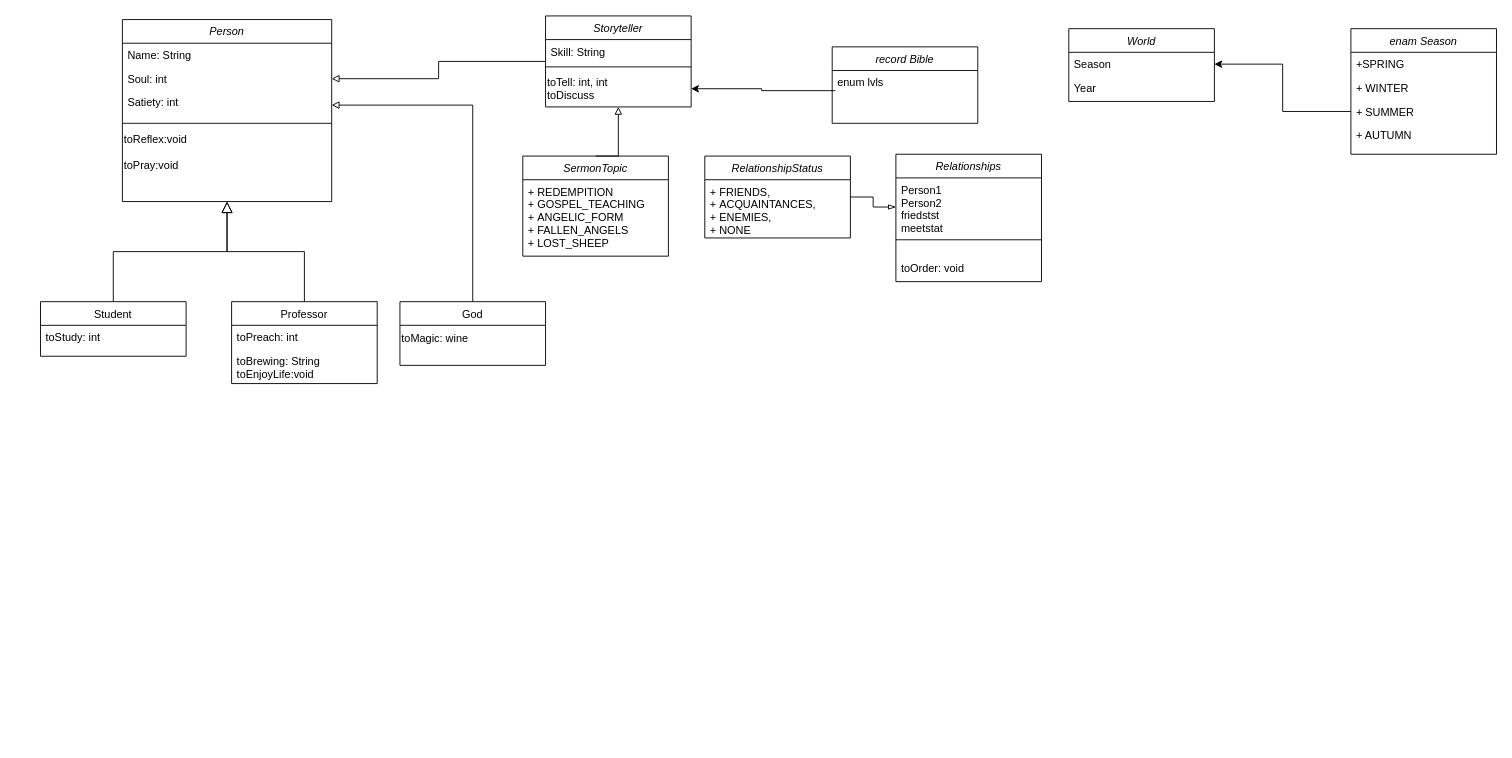
The draw.io diagram lab3.drawio in mebfour/lab3, before the edit. Source tidied: cells renumbered, new cells numbered last; positions are measured from the earlier drawing's top-left corner, leaving out a move shared by most shapes. Both pictures are drawn from the tidied source at 91%, with x=0, y=0 at pixel (40, 15).
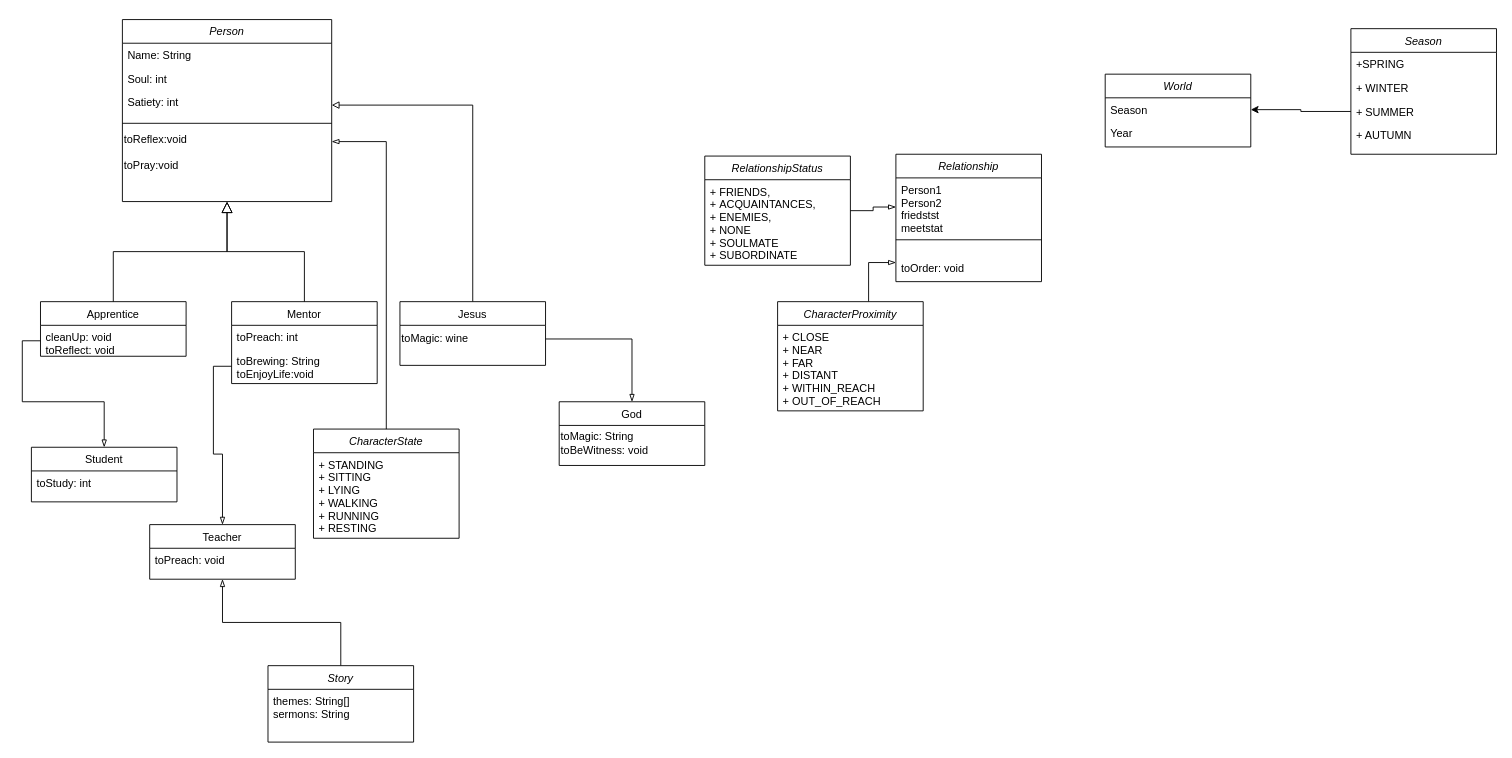
The same diagram, later.

Unchanged cells that the change refers to:
```xml
<mxCell id="4" value="Soul: int" style="text;align=left;verticalAlign=top;spacingLeft=4;spacingRight=4;overflow=hidden;points=[[0,0.5],[1,0.5]];portConstraint=eastwest;rounded=0;shadow=0;html=0;" parent="2" vertex="1">
  <mxGeometry y="52" width="230" height="26" as="geometry" />
</mxCell>
<mxCell id="7" value="&lt;div style=&quot;text-align: justify;&quot;&gt;&lt;span style=&quot;white-space: pre-wrap;&quot; class=&quot;EzKURWReUAB5oZgtQNkl&quot;&gt;toR&lt;/span&gt;&lt;span style=&quot;white-space: pre-wrap; background-color: initial;&quot;&gt;eflex:void&lt;/span&gt;&lt;/div&gt;&lt;div style=&quot;text-align: justify;&quot;&gt;&lt;br&gt;&lt;/div&gt;&lt;div style=&quot;text-align: justify;&quot;&gt;&lt;span style=&quot;white-space: pre-wrap;&quot;&gt;toPray:void&lt;/span&gt;&lt;/div&gt;&lt;div style=&quot;text-align: justify;&quot;&gt;&lt;br&gt;&lt;/div&gt;" style="text;html=1;align=left;verticalAlign=middle;points=[];strokeColor=none;fillColor=none;" parent="2" vertex="1">
  <mxGeometry y="118" width="230" height="70" as="geometry" />
</mxCell>
<mxCell id="13" value="toBrewing: String&#10;toEnjoyLife:void" style="text;align=left;verticalAlign=top;spacingLeft=4;spacingRight=4;overflow=hidden;points=[[0,0.5],[1,0.5]];portConstraint=eastwest;fontStyle=0;" parent="11" vertex="1">
  <mxGeometry y="52" width="160" height="38" as="geometry" />
</mxCell>
<mxCell id="24" value="toMagic: wine" style="text;html=1;align=left;verticalAlign=middle;points=[];strokeColor=none;fillColor=none;" parent="23" vertex="1">
  <mxGeometry y="26" width="160" height="30" as="geometry" />
</mxCell>
<mxCell id="36" value="&#10;toOrder: void" style="text;align=left;verticalAlign=top;spacingLeft=4;spacingRight=4;overflow=hidden;points=[[0,0.5],[1,0.5]];portConstraint=eastwest;" parent="33" vertex="1">
  <mxGeometry y="98" width="160" height="42" as="geometry" />
</mxCell>
```

What changed in the source:
```diff
@@
-    <mxCell id="8" value="Student" style="swimlane;fontStyle=0;align=center;verticalAlign=top;horizontal=1;startSize=26;rounded=0;shadow=0;strokeWidth=1;" parent="1" vertex="1">
+    <mxCell id="8" value="Apprentice" style="swimlane;fontStyle=0;align=center;verticalAlign=top;horizontal=1;startSize=26;rounded=0;shadow=0;strokeWidth=1;" parent="1" vertex="1">
       <mxGeometry y="314" width="160" height="60" as="geometry" />
     </mxCell>
-    <mxCell id="9" value="toStudy: int" style="text;align=left;verticalAlign=top;spacingLeft=4;spacingRight=4;overflow=hidden;points=[[0,0.5],[1,0.5]];portConstraint=eastwest;" parent="8" vertex="1">
-      <mxGeometry y="26" width="160" height="26" as="geometry" />
+    <mxCell id="9" value="cleanUp: void&#10;toReflect: void" style="text;align=left;verticalAlign=top;spacingLeft=4;spacingRight=4;overflow=hidden;points=[[0,0.5],[1,0.5]];portConstraint=eastwest;" parent="8" vertex="1">
+      <mxGeometry y="26" width="160" height="34" as="geometry" />
     </mxCell>
@@
-    <mxCell id="11" value="Professor" style="swimlane;fontStyle=0;align=center;verticalAlign=top;horizontal=1;startSize=26;rounded=0;shadow=0;strokeWidth=1;" parent="1" vertex="1">
+    <mxCell id="11" value="Mentor" style="swimlane;fontStyle=0;align=center;verticalAlign=top;horizontal=1;startSize=26;rounded=0;shadow=0;strokeWidth=1;" parent="1" vertex="1">
       <mxGeometry x="210" y="314" width="160" height="90" as="geometry" />
     </mxCell>
@@
+    <mxCell id="45" style="edgeStyle=orthogonalEdgeStyle;rounded=0;jettySize=auto;html=1;entryX=0.5;entryY=1;entryDx=0;entryDy=0;endArrow=blockThin;endFill=0;" parent="1" edge="1" source="15" target="58">
+      <mxGeometry relative="1" as="geometry" />
+    </mxCell>
-    <mxCell id="15" value="record Bible" style="swimlane;fontStyle=2;align=center;verticalAlign=top;horizontal=1;startSize=26;rounded=0;shadow=0;strokeWidth=1;" parent="1" vertex="1">
-      <mxGeometry x="870" y="34" width="160" height="84" as="geometry" />
+    <mxCell id="15" value="Story" style="swimlane;fontStyle=2;align=center;verticalAlign=top;horizontal=1;startSize=26;rounded=0;shadow=0;strokeWidth=1;" parent="1" vertex="1">
+      <mxGeometry x="250" y="714" width="160" height="84" as="geometry" />
     </mxCell>
-    <mxCell id="16" value="enum lvls" style="text;align=left;verticalAlign=top;spacingLeft=4;spacingRight=4;overflow=hidden;points=[[0,0.5],[1,0.5]];portConstraint=eastwest;" parent="15" vertex="1">
-      <mxGeometry y="26" width="160" height="26" as="geometry" />
+    <mxCell id="16" value="themes: String[]&#10;sermons: String" style="text;align=left;verticalAlign=top;spacingLeft=4;spacingRight=4;overflow=hidden;points=[[0,0.5],[1,0.5]];portConstraint=eastwest;" parent="15" vertex="1">
+      <mxGeometry y="26" width="160" height="54" as="geometry" />
     </mxCell>
-    <mxCell id="17" style="edgeStyle=orthogonalEdgeStyle;rounded=0;jettySize=auto;html=1;entryX=1;entryY=0.5;entryDx=0;entryDy=0;endArrow=block;endFill=0;" parent="1" edge="1" source="18" target="4">
-      <mxGeometry relative="1" as="geometry" />
-    </mxCell>
-    <mxCell id="18" value="Storyteller" style="swimlane;fontStyle=2;align=center;verticalAlign=top;horizontal=1;startSize=26;rounded=0;shadow=0;strokeWidth=1;" parent="1" vertex="1">
-      <mxGeometry x="555" width="160" height="100" as="geometry" />
-    </mxCell>
-    <mxCell id="19" value="Skill: String" style="text;align=left;verticalAlign=top;spacingLeft=4;spacingRight=4;overflow=hidden;" parent="18" vertex="1">
-      <mxGeometry y="26" width="160" height="26" as="geometry" />
-    </mxCell>
-    <mxCell id="20" style="line;html=1;strokeWidth=1;align=left;verticalAlign=middle;spacingTop=-1;spacingLeft=3;spacingRight=3;labelPosition=right;" parent="18" vertex="1">
-      <mxGeometry y="52" width="160" height="8" as="geometry" />
-    </mxCell>
-    <mxCell id="21" value="toTell: int, int&lt;div&gt;toDiscuss&lt;/div&gt;" style="text;html=1;align=left;verticalAlign=middle;points=[];strokeColor=none;fillColor=none;" parent="18" vertex="1">
-      <mxGeometry y="60" width="160" height="40" as="geometry" />
-    </mxCell>
@@
-    <mxCell id="23" value="God" style="swimlane;fontStyle=0;align=center;verticalAlign=top;horizontal=1;startSize=26;rounded=0;shadow=0;strokeWidth=1;" parent="1" vertex="1">
+    <mxCell id="23" value="Jesus" style="swimlane;fontStyle=0;align=center;verticalAlign=top;horizontal=1;startSize=26;rounded=0;shadow=0;strokeWidth=1;" parent="1" vertex="1">
       <mxGeometry x="395" y="314" width="160" height="70" as="geometry" />
     </mxCell>
@@
     <mxCell id="25" value="World" style="swimlane;fontStyle=2;align=center;verticalAlign=top;horizontal=1;startSize=26;rounded=0;shadow=0;strokeWidth=1;" parent="1" vertex="1">
-      <mxGeometry x="1130" y="14" width="160" height="80" as="geometry" />
+      <mxGeometry x="1170" y="64" width="160" height="80" as="geometry" />
     </mxCell>
@@
-    <mxCell id="28" value="enam Season" style="swimlane;fontStyle=2;align=center;verticalAlign=top;horizontal=1;startSize=26;rounded=0;shadow=0;strokeWidth=1;" parent="1" vertex="1">
+    <mxCell id="28" value="Season" style="swimlane;fontStyle=2;align=center;verticalAlign=top;horizontal=1;startSize=26;rounded=0;shadow=0;strokeWidth=1;" parent="1" vertex="1">
       <mxGeometry x="1440" y="14" width="160" height="138" as="geometry" />
     </mxCell>
@@
-    <mxCell id="33" value="Relationships" style="swimlane;fontStyle=2;align=center;verticalAlign=top;horizontal=1;startSize=26;rounded=0;shadow=0;strokeWidth=1;" parent="1" vertex="1">
+    <mxCell id="33" value="Relationship" style="swimlane;fontStyle=2;align=center;verticalAlign=top;horizontal=1;startSize=26;rounded=0;shadow=0;strokeWidth=1;" parent="1" vertex="1">
       <mxGeometry x="940" y="152" width="160" height="140" as="geometry" />
     </mxCell>
@@
     <mxCell id="38" value="RelationshipStatus" style="swimlane;fontStyle=2;align=center;verticalAlign=top;horizontal=1;startSize=26;rounded=0;shadow=0;strokeWidth=1;" parent="1" vertex="1">
-      <mxGeometry x="730" y="154" width="160" height="90" as="geometry" />
+      <mxGeometry x="730" y="154" width="160" height="120" as="geometry" />
     </mxCell>
-    <mxCell id="39" value="+ FRIENDS,&#10;+ ACQUAINTANCES,&#10;+ ENEMIES,&#10;+ NONE" style="text;align=left;verticalAlign=top;spacingLeft=4;spacingRight=4;overflow=hidden;fontColor=default;" parent="38" vertex="1">
-      <mxGeometry y="26" width="160" height="64" as="geometry" />
+    <mxCell id="39" value="+ FRIENDS,&#10;+ ACQUAINTANCES,&#10;+ ENEMIES,&#10;+ NONE&#10;+ SOULMATE&#10;+ SUBORDINATE" style="text;align=left;verticalAlign=top;spacingLeft=4;spacingRight=4;overflow=hidden;fontColor=default;" parent="38" vertex="1">
+      <mxGeometry y="26" width="160" height="94" as="geometry" />
     </mxCell>
-    <mxCell id="40" value="SermonTopic" style="swimlane;fontStyle=2;align=center;verticalAlign=top;horizontal=1;startSize=26;rounded=0;shadow=0;strokeWidth=1;" parent="1" vertex="1">
-      <mxGeometry x="530" y="154" width="160" height="110" as="geometry" />
-    </mxCell>
-    <mxCell id="41" value="+ REDEMPITION&#10;+ GOSPEL_TEACHING&#10;+ ANGELIC_FORM&#10;+ FALLEN_ANGELS&#10;+ LOST_SHEEP" style="text;align=left;verticalAlign=top;spacingLeft=4;spacingRight=4;overflow=hidden;fontColor=default;" parent="40" vertex="1">
-      <mxGeometry y="26" width="160" height="84" as="geometry" />
-    </mxCell>
-    <mxCell id="42" style="edgeStyle=orthogonalEdgeStyle;rounded=0;jettySize=auto;html=1;endArrow=block;endFill=0;exitX=0.5;exitY=0;exitDx=0;exitDy=0;" parent="1" edge="1" source="40" target="21">
-      <mxGeometry relative="1" as="geometry">
-        <Array as="points">
-          <mxPoint x="635" y="154" />
-        </Array>
-      </mxGeometry>
-    </mxCell>
-    <mxCell id="43" style="edgeStyle=orthogonalEdgeStyle;rounded=0;jettySize=auto;html=1;exitX=0.021;exitY=0.851;exitDx=0;exitDy=0;exitPerimeter=0;" parent="1" edge="1" source="16" target="21">
-      <mxGeometry relative="1" as="geometry" />
-    </mxCell>
@@
+    <mxCell id="46" style="edgeStyle=orthogonalEdgeStyle;rounded=0;jettySize=auto;html=1;entryX=0;entryY=0.5;entryDx=0;entryDy=0;endArrow=blockThin;endFill=0;" parent="1" edge="1" source="47" target="36">
+      <mxGeometry relative="1" as="geometry">
+        <Array as="points">
+          <mxPoint x="910" y="271" />
+        </Array>
+      </mxGeometry>
+    </mxCell>
+    <mxCell id="47" value="CharacterProximity" style="swimlane;fontStyle=2;align=center;verticalAlign=top;horizontal=1;startSize=26;rounded=0;shadow=0;strokeWidth=1;" parent="1" vertex="1">
+      <mxGeometry x="810" y="314" width="160" height="120" as="geometry" />
+    </mxCell>
+    <mxCell id="48" value="+ CLOSE&#10;+ NEAR&#10;+ FAR&#10;+ DISTANT&#10;+ WITHIN_REACH&#10;+ OUT_OF_REACH" style="text;align=left;verticalAlign=top;spacingLeft=4;spacingRight=4;overflow=hidden;fontColor=default;" parent="47" vertex="1">
+      <mxGeometry y="26" width="160" height="94" as="geometry" />
+    </mxCell>
+    <mxCell id="49" value="CharacterState&#10;" style="swimlane;fontStyle=2;align=center;verticalAlign=top;horizontal=1;startSize=26;rounded=0;shadow=0;strokeWidth=1;" parent="1" vertex="1">
+      <mxGeometry x="300" y="454" width="160" height="120" as="geometry" />
+    </mxCell>
+    <mxCell id="50" value="+ STANDING&#10;+ SITTING&#10;+ LYING&#10;+ WALKING&#10;+ RUNNING&#10;+ RESTING" style="text;align=left;verticalAlign=top;spacingLeft=4;spacingRight=4;overflow=hidden;fontColor=default;" parent="49" vertex="1">
+      <mxGeometry y="26" width="160" height="94" as="geometry" />
+    </mxCell>
+    <mxCell id="51" style="edgeStyle=orthogonalEdgeStyle;rounded=0;jettySize=auto;html=1;entryX=1;entryY=0.23;entryDx=0;entryDy=0;entryPerimeter=0;endArrow=blockThin;endFill=0;" parent="1" edge="1" source="49" target="7">
+      <mxGeometry relative="1" as="geometry">
+        <Array as="points">
+          <mxPoint x="380" y="138" />
+        </Array>
+      </mxGeometry>
+    </mxCell>
+    <mxCell id="52" value="God" style="swimlane;fontStyle=0;align=center;verticalAlign=top;horizontal=1;startSize=26;rounded=0;shadow=0;strokeWidth=1;" parent="1" vertex="1">
+      <mxGeometry x="570" y="424" width="160" height="70" as="geometry" />
+    </mxCell>
+    <mxCell id="53" value="toMagic: String&lt;div&gt;toBeWitness: void&lt;/div&gt;" style="text;html=1;align=left;verticalAlign=middle;strokeColor=none;fillColor=none;" parent="52" vertex="1">
+      <mxGeometry y="26" width="160" height="40" as="geometry" />
+    </mxCell>
+    <mxCell id="54" style="edgeStyle=orthogonalEdgeStyle;rounded=0;jettySize=auto;html=1;entryX=0.5;entryY=0;entryDx=0;entryDy=0;endArrow=blockThin;endFill=0;" parent="1" edge="1" source="24" target="52">
+      <mxGeometry relative="1" as="geometry" />
+    </mxCell>
+    <mxCell id="55" value="Student" style="swimlane;fontStyle=0;align=center;verticalAlign=top;horizontal=1;startSize=26;rounded=0;shadow=0;strokeWidth=1;" parent="1" vertex="1">
+      <mxGeometry x="-10" y="474" width="160" height="60" as="geometry" />
+    </mxCell>
+    <mxCell id="56" value="toStudy: int" style="text;align=left;verticalAlign=top;spacingLeft=4;spacingRight=4;overflow=hidden;" parent="55" vertex="1">
+      <mxGeometry y="26" width="160" height="26" as="geometry" />
+    </mxCell>
+    <mxCell id="57" style="edgeStyle=orthogonalEdgeStyle;rounded=0;jettySize=auto;html=1;entryX=0.5;entryY=0;entryDx=0;entryDy=0;endArrow=blockThin;endFill=0;" parent="1" edge="1" source="9" target="55">
+      <mxGeometry relative="1" as="geometry" />
+    </mxCell>
+    <mxCell id="58" value="Teacher" style="swimlane;fontStyle=0;align=center;verticalAlign=top;horizontal=1;startSize=26;rounded=0;shadow=0;strokeWidth=1;" parent="1" vertex="1">
+      <mxGeometry x="120" y="559" width="160" height="60" as="geometry" />
+    </mxCell>
+    <mxCell id="59" value="toPreach: void" style="text;align=left;verticalAlign=top;spacingLeft=4;spacingRight=4;overflow=hidden;" parent="58" vertex="1">
+      <mxGeometry y="26" width="160" height="26" as="geometry" />
+    </mxCell>
+    <mxCell id="60" style="edgeStyle=orthogonalEdgeStyle;rounded=0;jettySize=auto;html=1;entryX=0.5;entryY=0;entryDx=0;entryDy=0;endArrow=blockThin;endFill=0;" parent="1" edge="1" source="13" target="58">
+      <mxGeometry relative="1" as="geometry" />
+    </mxCell>
```
